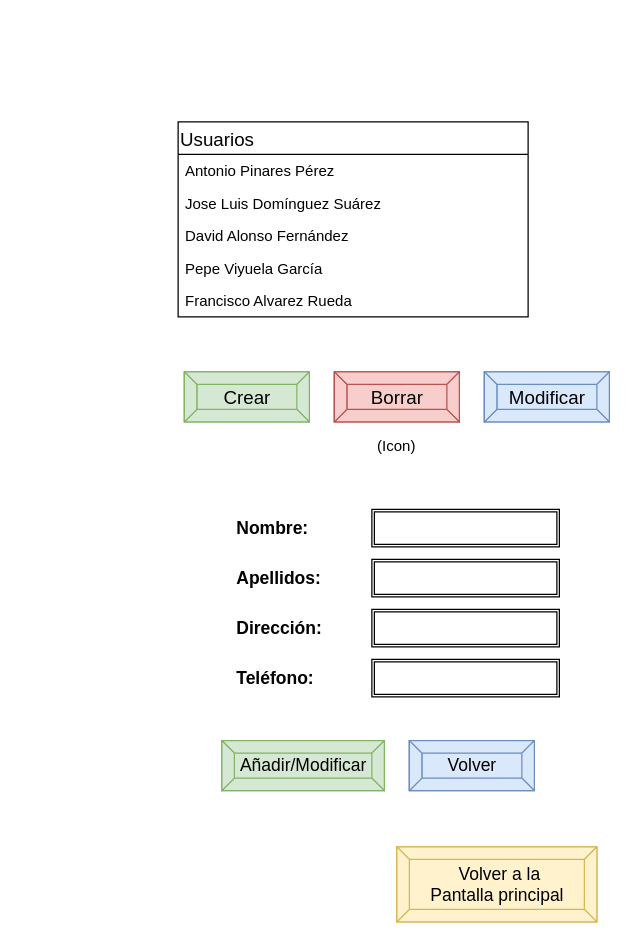
This is page "PrincipalAdmin" (2 of 9) of ListaCompra.drawio from katacliny/practica, a draw.io file, before an edit. Source tidied: cells renumbered, new cells numbered last; positions are measured from the earlier drawing's top-left corner, leaving out a move shared by most shapes. Both pictures are drawn from the tidied source at 125%, with x=0, y=0 at pixel (178, 121).
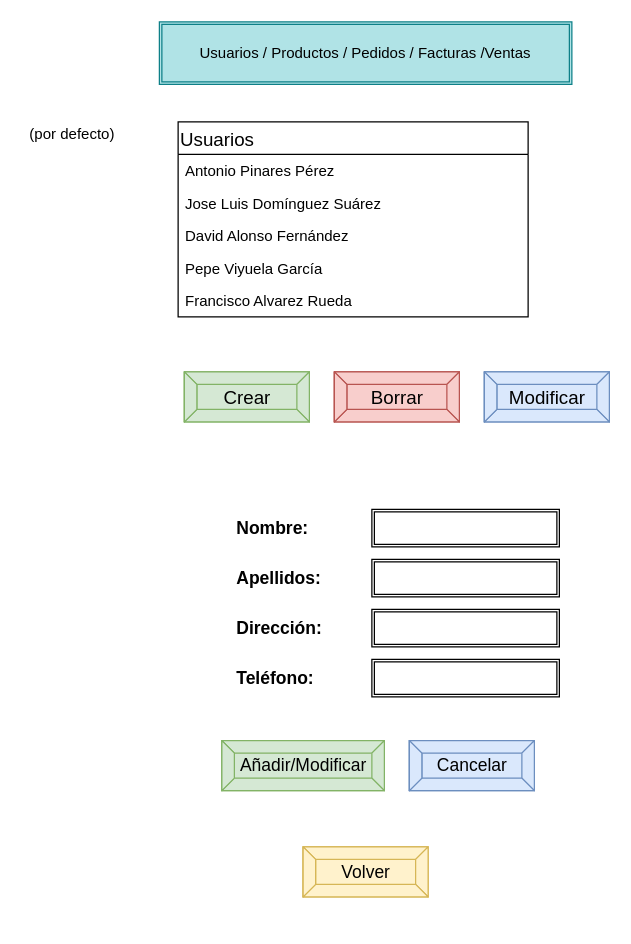
After the change.

Diff of the diagram source:
```diff
@@
-    <mxCell id="11" value="(Icon)" style="text;html=1;strokeColor=none;fillColor=none;align=center;verticalAlign=middle;whiteSpace=wrap;rounded=0;" parent="1" vertex="1">
-      <mxGeometry x="155" y="250" width="40" height="20" as="geometry" />
-    </mxCell>
@@
-    <mxCell id="19" value="Volver" style="labelPosition=center;verticalLabelPosition=middle;align=center;html=1;shape=mxgraph.basic.button;dx=10;fontSize=14;fillColor=#dae8fc;strokeColor=#6c8ebf;" parent="1" vertex="1">
+    <mxCell id="19" value="Cancelar" style="labelPosition=center;verticalLabelPosition=middle;align=center;html=1;shape=mxgraph.basic.button;dx=10;fontSize=14;fillColor=#dae8fc;strokeColor=#6c8ebf;" parent="1" vertex="1">
       <mxGeometry x="185" y="495" width="100" height="40" as="geometry" />
     </mxCell>
@@
-    <mxCell id="22" value="&amp;nbsp;Volver a la&lt;br&gt;Pantalla principal" style="labelPosition=center;verticalLabelPosition=middle;align=center;html=1;shape=mxgraph.basic.button;dx=10;fontSize=14;fillColor=#fff2cc;strokeColor=#d6b656;" parent="1" vertex="1">
-      <mxGeometry x="175" y="580" width="160" height="60" as="geometry" />
+    <mxCell id="22" value="&amp;nbsp;Volver&amp;nbsp;" style="labelPosition=center;verticalLabelPosition=middle;align=center;html=1;shape=mxgraph.basic.button;dx=10;fontSize=14;fillColor=#fff2cc;strokeColor=#d6b656;" parent="1" vertex="1">
+      <mxGeometry x="100" y="580" width="100" height="40" as="geometry" />
     </mxCell>
+    <mxCell id="23" value="Usuarios / Productos / Pedidos / Facturas /Ventas" style="shape=ext;double=1;rounded=0;whiteSpace=wrap;html=1;fillColor=#b0e3e6;strokeColor=#0e8088;" parent="1" vertex="1">
+      <mxGeometry x="-15" y="-80" width="330" height="50" as="geometry" />
+    </mxCell>
+    <mxCell id="24" value="(por defecto)" style="text;html=1;align=center;verticalAlign=middle;" parent="1" vertex="1">
+      <mxGeometry x="-125" width="80" height="20" as="geometry" />
+    </mxCell>
```
